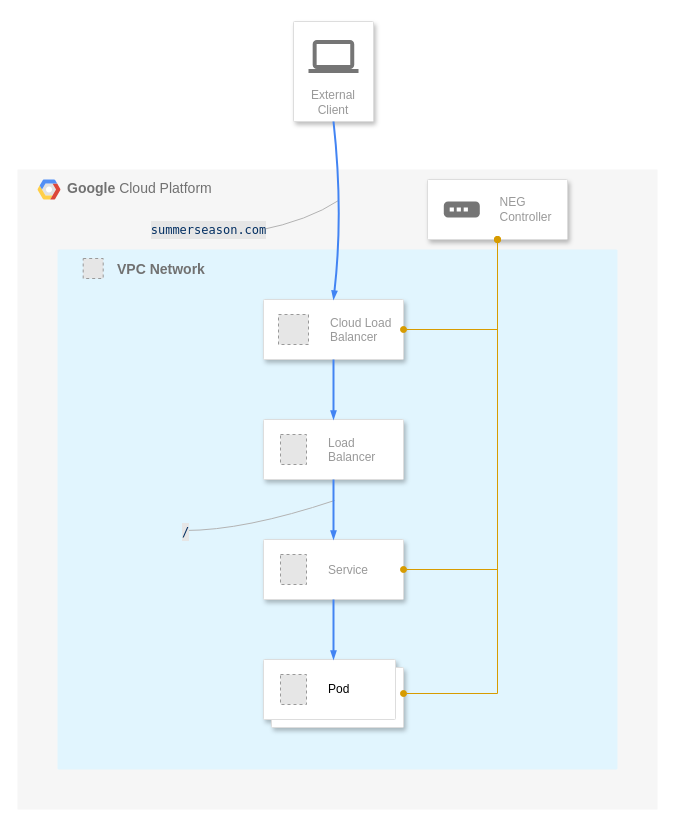
Above: page "lb2" (8 of 9) of map.drawio in cyokozai/k8sLB (draw.io), before the change. Source tidied: cells renumbered, new cells numbered last; positions are measured from the earlier drawing's top-left corner, leaving out a move shared by most shapes. Both pictures are drawn from the tidied source at 100%, with x=0, y=0 at pixel (17, 21). Pictures stored in the file or linked from it are replaced by grey dashed boxes.
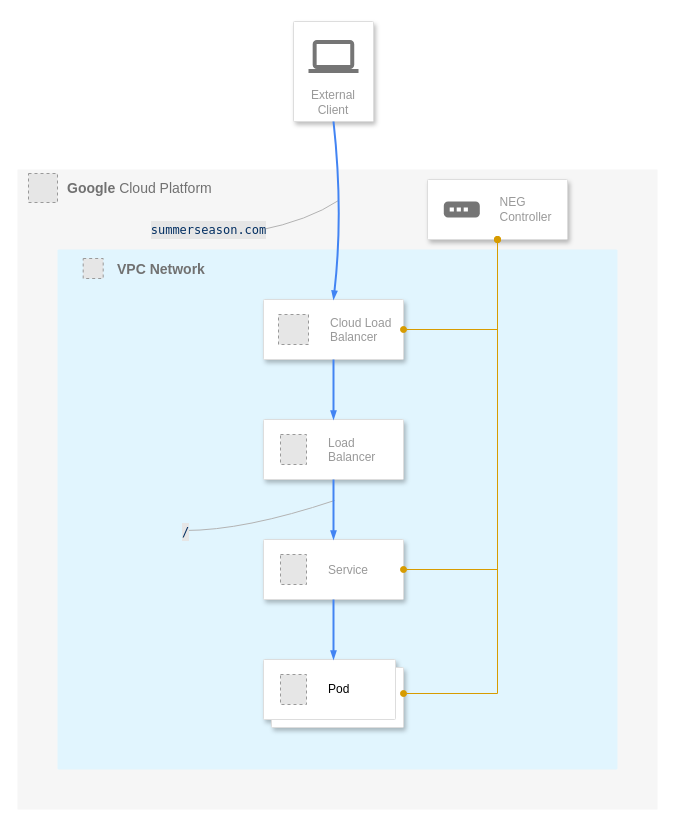
The same page after the edit.

Change to the diagram source:
```diff
@@
-    <mxCell id="31" style="shape=mxgraph.gcp2.google_cloud_platform;fillColor=#F6F6F6;strokeColor=none;shadow=0;gradientColor=none;" parent="1" vertex="1">
-      <mxGeometry x="20" y="158" width="23" height="20" as="geometry">
-        <mxPoint x="20" y="10" as="offset" />
-      </mxGeometry>
-    </mxCell>
@@
+    <mxCell id="34" style="fillColor=#E6E6E6;strokeColor=#999999;dashed=1;verticalLabelPosition=bottom;labelBackgroundColor=default;verticalAlign=top;" parent="1" vertex="1">
+      <mxGeometry x="11" y="152" width="29" height="29" as="geometry" />
+    </mxCell>
```
